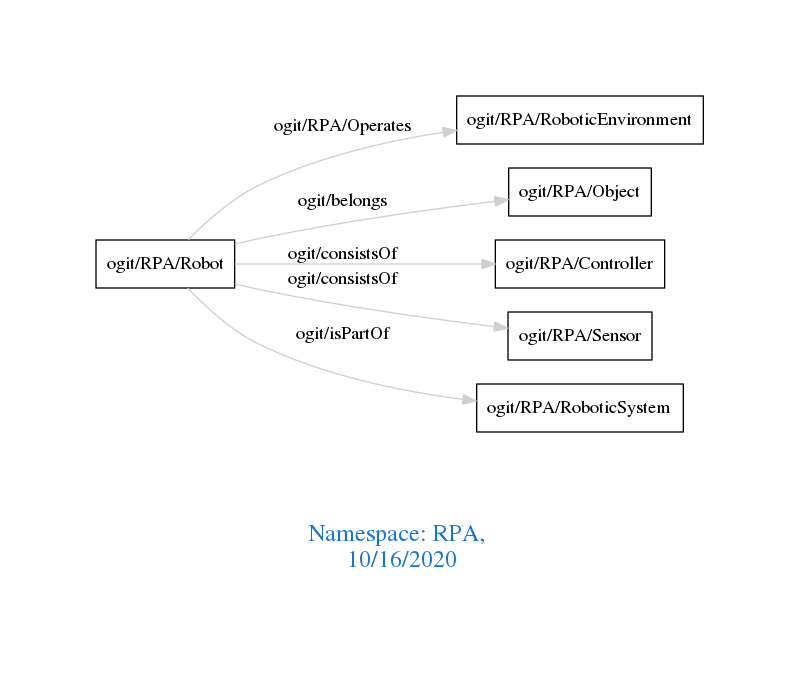
arago/OGIT keeps this Graphviz diagram as downloads/RPA.png. Above is the earlier version. Its source is kept beside it as downloads/RPA.dot.
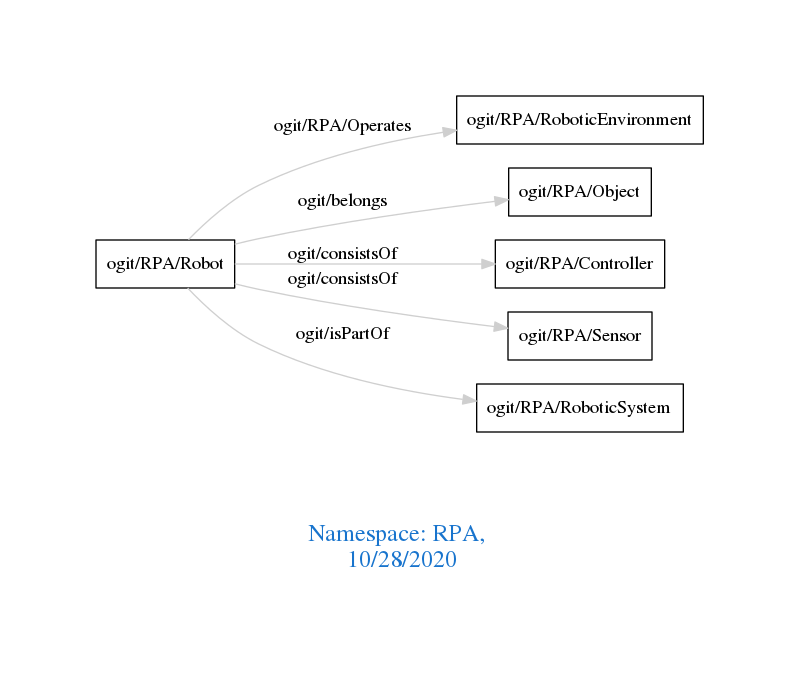
After the commit.

Diff of the diagram source:
```diff
@@ -1,7 +1,7 @@
 digraph OGIT_ontology {
  graph [ rankdir= LR,pad=1
 fontsize = 18,
-fontcolor= dodgerblue3,label = "\n\n\nNamespace: RPA, \n 10/16/2020"];
+fontcolor= dodgerblue3,label = "\n\n\nNamespace: RPA, \n 10/28/2020"];
 node[shape=polygon];
 edge [  color="gray81"];
 
```
